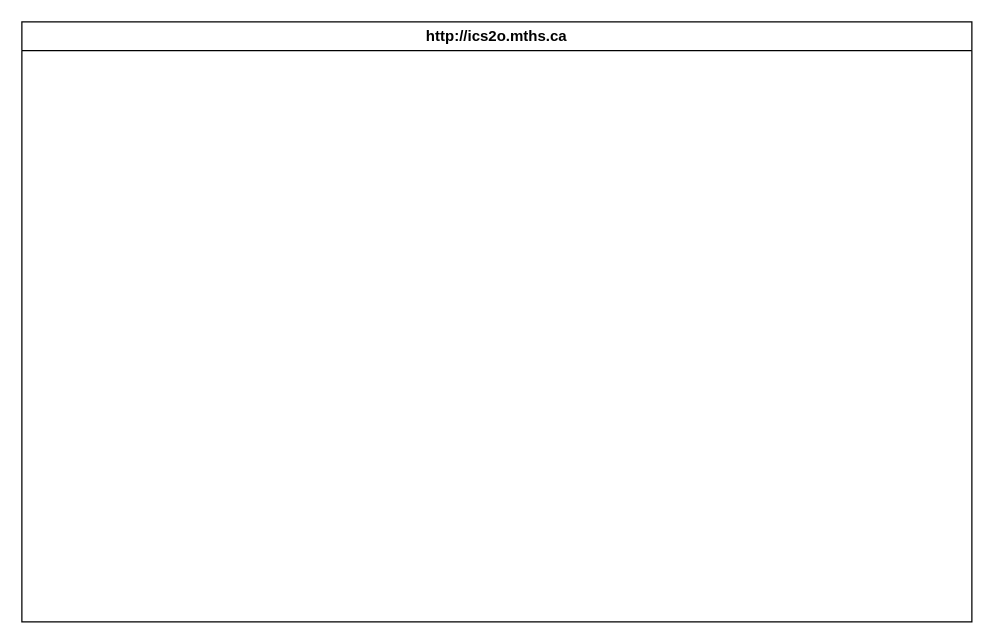
Before: design/storyboard.drawio in MTHS-ICD2O-1-2023/ICD2O-Unit-3-04-Gabriel-Zanardi, a draw.io diagram. Source tidied: cells renumbered, new cells numbered last; positions are measured from the earlier drawing's top-left corner, leaving out a move shared by most shapes. Both pictures are drawn from the tidied source at 125%, with x=0, y=0 at pixel (21, 21).
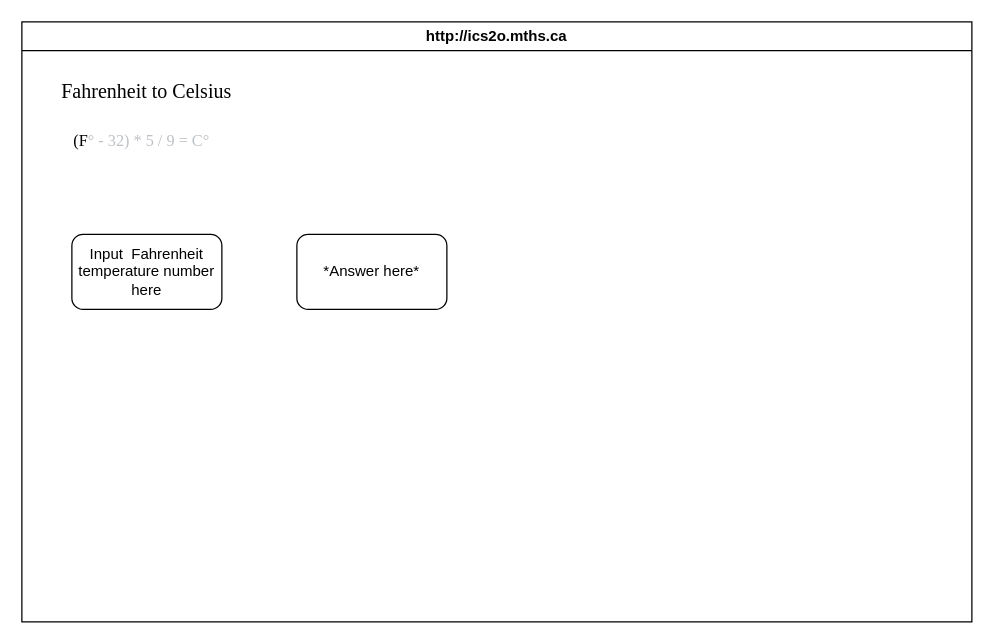
After the change.

Commit message (it also covers changes not shown here):
saved image and included a bit of the storyboard

What changed in the source:
```diff
@@
 <mxGraphModel>
   <root>
     <mxCell id="0" />
     <mxCell id="1" parent="0" />
     <mxCell id="2" value="http://ics2o.mths.ca" style="swimlane;whiteSpace=wrap;html=1;" parent="1" vertex="1">
       <mxGeometry width="760" height="480" as="geometry" />
     </mxCell>
+    <mxCell id="3" value="Input&amp;nbsp; Fahrenheit temperature number here" style="rounded=1;whiteSpace=wrap;html=1;" parent="2" vertex="1">
+      <mxGeometry x="40" y="170" width="120" height="60" as="geometry" />
+    </mxCell>
+    <mxCell id="4" value="*Answer here*" style="rounded=1;whiteSpace=wrap;html=1;" parent="2" vertex="1">
+      <mxGeometry x="220" y="170" width="120" height="60" as="geometry" />
+    </mxCell>
+    <mxCell id="5" value="&lt;font style=&quot;font-size: 13px;&quot; face=&quot;Times New Roman&quot;&gt;(F&lt;span style=&quot;color: rgb(189, 193, 198); text-align: start;&quot;&gt;° - 32) * 5 / 9 = C&lt;/span&gt;&lt;span style=&quot;color: rgb(189, 193, 198); text-align: start;&quot;&gt;°&lt;/span&gt;&lt;/font&gt;" style="text;html=1;strokeColor=none;fillColor=none;align=center;verticalAlign=middle;whiteSpace=wrap;rounded=0;" parent="2" vertex="1">
+      <mxGeometry x="32" y="80" width="128" height="30" as="geometry" />
+    </mxCell>
+    <mxCell id="6" value="&lt;font style=&quot;font-size: 16px;&quot;&gt;Fahrenheit to Celsius&lt;/font&gt;" style="text;html=1;strokeColor=none;fillColor=none;align=center;verticalAlign=middle;whiteSpace=wrap;rounded=0;labelBackgroundColor=none;fontFamily=Times New Roman;fontSize=13;" parent="2" vertex="1">
+      <mxGeometry x="10" y="40" width="180" height="30" as="geometry" />
+    </mxCell>
   </root>
 </mxGraphModel>
```
